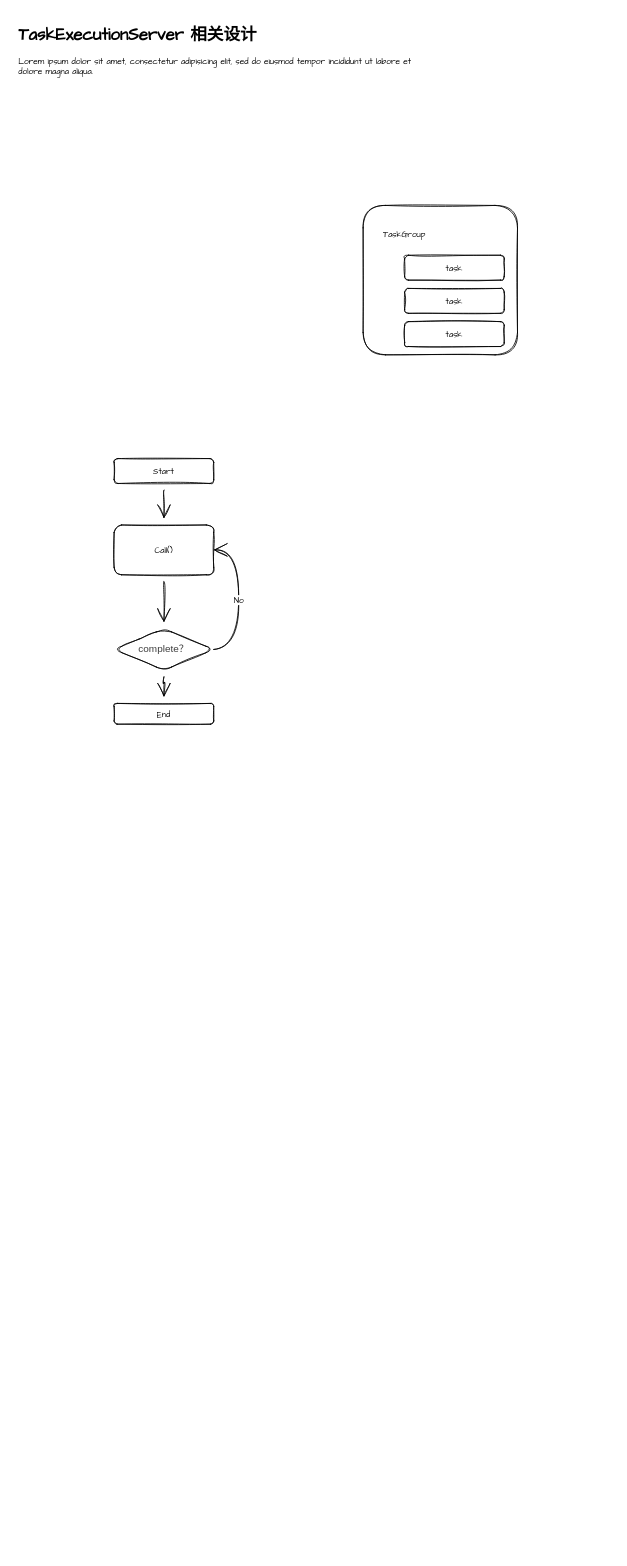
ic4y/diagrams keeps this draw.io diagram as 未命名绘图.drawio. Above is the earlier version. Source tidied: cells renumbered, new cells numbered last; positions are measured from the earlier drawing's top-left corner, leaving out a move shared by most shapes. Both pictures are drawn from the tidied source at 83%, with x=0, y=0 at pixel (14, 22).
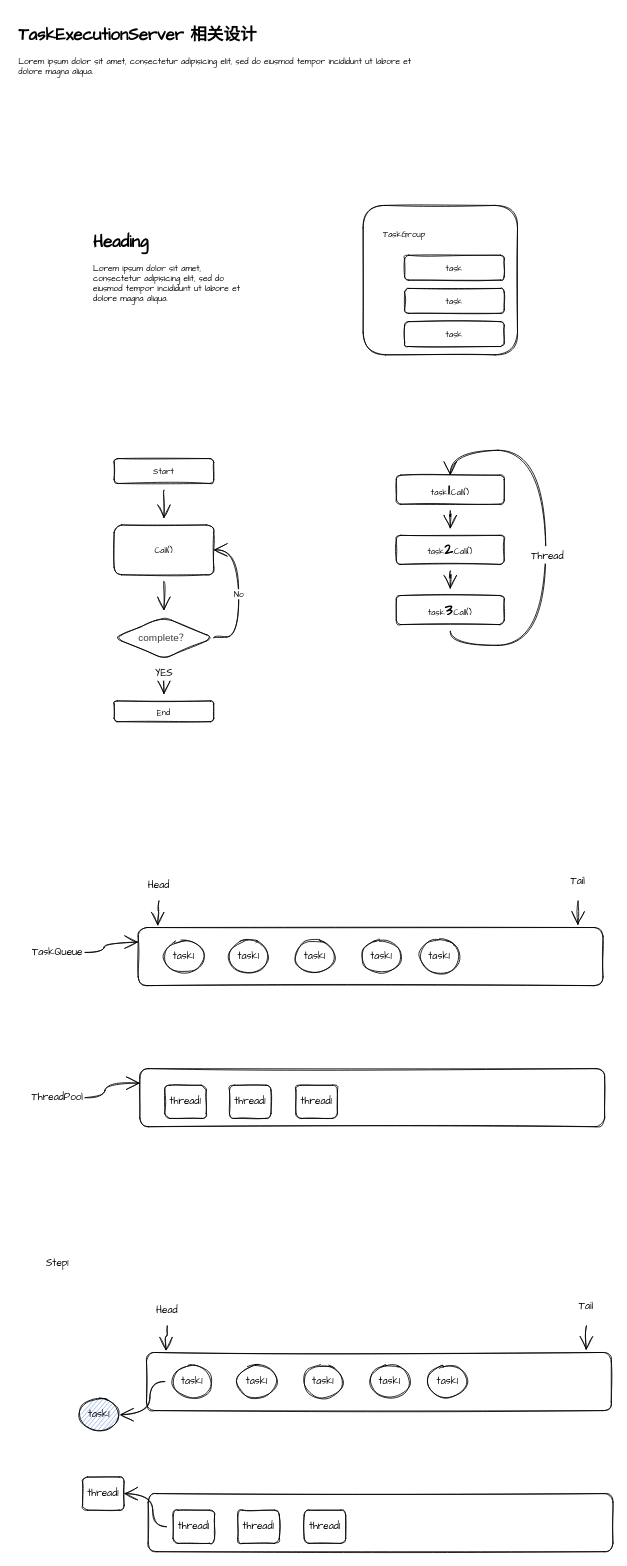
The same diagram, later.

Commit message:
更新未命名绘图.drawio

Unchanged cells that the change refers to:
```xml
<mxCell id="12" value="Call()" style="rounded=1;whiteSpace=wrap;html=1;fontSize=10;fontFamily=Architects Daughter;fillColor=none;sketch=1;hachureGap=4;" parent="1" vertex="1">
  <mxGeometry x="120" y="605" width="120" height="60" as="geometry" />
</mxCell>
<mxCell id="14" style="edgeStyle=orthogonalEdgeStyle;curved=1;rounded=0;sketch=1;hachureGap=4;jettySize=auto;html=1;fontFamily=Architects Daughter;fontSize=10;endArrow=open;startSize=14;endSize=14;sourcePerimeterSpacing=8;targetPerimeterSpacing=8;" parent="1" edge="1" source="15" target="16">
  <mxGeometry relative="1" as="geometry" />
</mxCell>
```

Diff of the diagram source:
```diff
@@
     <mxCell id="13" value="No" style="edgeStyle=orthogonalEdgeStyle;curved=1;rounded=0;sketch=1;hachureGap=4;jettySize=auto;html=1;entryX=1;entryY=0.5;entryDx=0;entryDy=0;fontFamily=Architects Daughter;fontSize=10;endArrow=open;startSize=14;endSize=14;sourcePerimeterSpacing=8;targetPerimeterSpacing=8;exitX=1;exitY=0.5;exitDx=0;exitDy=0;" parent="1" edge="1" source="15" target="12">
       <mxGeometry relative="1" as="geometry">
         <Array as="points">
-          <mxPoint x="270" y="755" />
+          <mxPoint x="270" y="740" />
           <mxPoint x="270" y="635" />
         </Array>
       </mxGeometry>
     </mxCell>
@@
+    <mxCell id="17" value="&lt;font style=&quot;font-size: 12px;&quot;&gt;YES&lt;/font&gt;" style="edgeLabel;html=1;align=center;verticalAlign=middle;fontSize=18;fontFamily=Architects Daughter;" parent="14" vertex="1">
+      <mxGeometry x="-0.61" y="-1" relative="1" as="geometry" />
+    </mxCell>
     <mxCell id="15" value="&lt;span style=&quot;caret-color: rgb(61, 61, 61); color: rgb(61, 61, 61); font-family: Arial, sans-serif; font-size: 12px; text-align: start; text-size-adjust: auto;&quot;&gt;complete？&lt;/span&gt;" style="rhombus;whiteSpace=wrap;html=1;fontSize=10;fontFamily=Architects Daughter;fillColor=none;rounded=1;sketch=1;hachureGap=4;" parent="1" vertex="1">
-      <mxGeometry x="120" y="730" width="120" height="50" as="geometry" />
+      <mxGeometry x="120" y="716" width="120" height="50" as="geometry" />
     </mxCell>
     <mxCell id="16" value="End" style="whiteSpace=wrap;html=1;fontSize=10;fontFamily=Architects Daughter;fillColor=none;rounded=1;sketch=1;hachureGap=4;" parent="1" vertex="1">
-      <mxGeometry x="120" y="820" width="120" height="25" as="geometry" />
+      <mxGeometry x="120" y="817" width="120" height="25" as="geometry" />
     </mxCell>
+    <mxCell id="18" value="&lt;h1&gt;Heading&lt;/h1&gt;&lt;p&gt;Lorem ipsum dolor sit amet, consectetur adipisicing elit, sed do eiusmod tempor incididunt ut labore et dolore magna aliqua.&lt;/p&gt;" style="text;html=1;strokeColor=none;fillColor=none;spacing=5;spacingTop=-20;whiteSpace=wrap;overflow=hidden;rounded=0;sketch=1;hachureGap=4;fontFamily=Architects Daughter;fontSize=10;" parent="1" vertex="1">
+      <mxGeometry x="90" y="250" width="190" height="120" as="geometry" />
+    </mxCell>
+    <mxCell id="19" style="edgeStyle=orthogonalEdgeStyle;curved=1;rounded=0;sketch=1;hachureGap=4;jettySize=auto;html=1;fontFamily=Architects Daughter;fontSize=18;endArrow=open;startSize=14;endSize=14;sourcePerimeterSpacing=8;targetPerimeterSpacing=8;" parent="1" edge="1" source="20" target="25">
+      <mxGeometry relative="1" as="geometry" />
+    </mxCell>
+    <mxCell id="20" value="task&lt;font style=&quot;font-size: 18px;&quot;&gt;&lt;b style=&quot;&quot;&gt;1&lt;/b&gt;&lt;/font&gt;.Call()" style="rounded=1;whiteSpace=wrap;html=1;sketch=1;hachureGap=4;fontFamily=Architects Daughter;fontSize=10;fillColor=none;" parent="1" vertex="1">
+      <mxGeometry x="460" y="545" width="130" height="35" as="geometry" />
+    </mxCell>
+    <mxCell id="21" style="edgeStyle=orthogonalEdgeStyle;curved=1;rounded=0;sketch=1;hachureGap=4;jettySize=auto;html=1;entryX=0.5;entryY=0;entryDx=0;entryDy=0;fontFamily=Architects Daughter;fontSize=18;endArrow=open;startSize=14;endSize=14;sourcePerimeterSpacing=8;targetPerimeterSpacing=8;" parent="1" edge="1" source="23" target="20">
+      <mxGeometry relative="1" as="geometry">
+        <Array as="points">
+          <mxPoint x="525" y="750" />
+          <mxPoint x="640" y="750" />
+          <mxPoint x="640" y="515" />
+          <mxPoint x="525" y="515" />
+        </Array>
+      </mxGeometry>
+    </mxCell>
+    <mxCell id="22" value="&lt;font style=&quot;font-size: 12px;&quot;&gt;Thread&lt;/font&gt;" style="edgeLabel;html=1;align=center;verticalAlign=middle;fontSize=18;fontFamily=Architects Daughter;" parent="21" vertex="1">
+      <mxGeometry x="-0.05" y="-1" relative="1" as="geometry">
+        <mxPoint y="1" as="offset" />
+      </mxGeometry>
+    </mxCell>
+    <mxCell id="23" value="task&lt;font style=&quot;font-size: 18px;&quot;&gt;&lt;b style=&quot;&quot;&gt;3&lt;/b&gt;&lt;/font&gt;.Call()" style="rounded=1;whiteSpace=wrap;html=1;sketch=1;hachureGap=4;fontFamily=Architects Daughter;fontSize=10;fillColor=none;" parent="1" vertex="1">
+      <mxGeometry x="460" y="690" width="130" height="35" as="geometry" />
+    </mxCell>
+    <mxCell id="24" style="edgeStyle=orthogonalEdgeStyle;curved=1;rounded=0;sketch=1;hachureGap=4;jettySize=auto;html=1;fontFamily=Architects Daughter;fontSize=18;endArrow=open;startSize=14;endSize=14;sourcePerimeterSpacing=8;targetPerimeterSpacing=8;" parent="1" edge="1" source="25" target="23">
+      <mxGeometry relative="1" as="geometry" />
+    </mxCell>
+    <mxCell id="25" value="task&lt;font style=&quot;font-size: 18px;&quot;&gt;&lt;b style=&quot;&quot;&gt;2&lt;/b&gt;&lt;/font&gt;.Call()" style="rounded=1;whiteSpace=wrap;html=1;sketch=1;hachureGap=4;fontFamily=Architects Daughter;fontSize=10;fillColor=none;" parent="1" vertex="1">
+      <mxGeometry x="460" y="617.5" width="130" height="35" as="geometry" />
+    </mxCell>
+    <mxCell id="26" style="rounded=1;whiteSpace=wrap;html=1;sketch=1;hachureGap=4;fontFamily=Architects Daughter;fontSize=12;fillColor=none;" parent="1" vertex="1">
+      <mxGeometry x="149" y="1090" width="560" height="70" as="geometry" />
+    </mxCell>
+    <mxCell id="27" value="task1" style="ellipse;whiteSpace=wrap;html=1;sketch=1;hachureGap=4;fontFamily=Architects Daughter;fontSize=12;fillColor=none;" parent="1" vertex="1">
+      <mxGeometry x="179" y="1105" width="50" height="40" as="geometry" />
+    </mxCell>
+    <mxCell id="28" value="task1" style="ellipse;whiteSpace=wrap;html=1;sketch=1;hachureGap=4;fontFamily=Architects Daughter;fontSize=12;fillColor=none;" parent="1" vertex="1">
+      <mxGeometry x="257" y="1105" width="50" height="40" as="geometry" />
+    </mxCell>
+    <mxCell id="29" value="task1" style="ellipse;whiteSpace=wrap;html=1;sketch=1;hachureGap=4;fontFamily=Architects Daughter;fontSize=12;fillColor=none;" parent="1" vertex="1">
+      <mxGeometry x="337" y="1105" width="50" height="40" as="geometry" />
+    </mxCell>
+    <mxCell id="30" value="task1" style="ellipse;whiteSpace=wrap;html=1;sketch=1;hachureGap=4;fontFamily=Architects Daughter;fontSize=12;fillColor=none;" parent="1" vertex="1">
+      <mxGeometry x="417" y="1105" width="50" height="40" as="geometry" />
+    </mxCell>
+    <mxCell id="31" style="rounded=1;whiteSpace=wrap;html=1;sketch=1;hachureGap=4;fontFamily=Architects Daughter;fontSize=12;fillColor=none;" parent="1" vertex="1">
+      <mxGeometry x="151" y="1260" width="560" height="70" as="geometry" />
+    </mxCell>
+    <mxCell id="32" style="edgeStyle=orthogonalEdgeStyle;curved=1;rounded=0;sketch=1;hachureGap=4;jettySize=auto;html=1;entryX=0;entryY=0.25;entryDx=0;entryDy=0;fontFamily=Architects Daughter;fontSize=12;endArrow=open;startSize=14;endSize=14;sourcePerimeterSpacing=8;targetPerimeterSpacing=8;" parent="1" edge="1" source="33" target="26">
+      <mxGeometry relative="1" as="geometry" />
+    </mxCell>
+    <mxCell id="33" value="TaskQueue" style="text;html=1;strokeColor=none;fillColor=none;align=center;verticalAlign=middle;whiteSpace=wrap;rounded=0;sketch=1;hachureGap=4;fontFamily=Architects Daughter;fontSize=12;" parent="1" vertex="1">
+      <mxGeometry x="27" y="1105" width="50" height="30" as="geometry" />
+    </mxCell>
+    <mxCell id="34" style="edgeStyle=orthogonalEdgeStyle;curved=1;rounded=0;sketch=1;hachureGap=4;jettySize=auto;html=1;entryX=0.042;entryY=-0.031;entryDx=0;entryDy=0;entryPerimeter=0;fontFamily=Architects Daughter;fontSize=12;endArrow=open;startSize=14;endSize=14;sourcePerimeterSpacing=8;targetPerimeterSpacing=8;" parent="1" edge="1" source="35" target="26">
+      <mxGeometry relative="1" as="geometry" />
+    </mxCell>
+    <mxCell id="35" value="Head" style="text;html=1;strokeColor=none;fillColor=none;align=center;verticalAlign=middle;whiteSpace=wrap;rounded=0;sketch=1;hachureGap=4;fontFamily=Architects Daughter;fontSize=12;" parent="1" vertex="1">
+      <mxGeometry x="149" y="1030" width="50" height="20" as="geometry" />
+    </mxCell>
+    <mxCell id="36" style="edgeStyle=orthogonalEdgeStyle;curved=1;rounded=0;sketch=1;hachureGap=4;jettySize=auto;html=1;fontFamily=Architects Daughter;fontSize=12;endArrow=open;startSize=14;endSize=14;sourcePerimeterSpacing=8;targetPerimeterSpacing=8;entryX=0.946;entryY=-0.043;entryDx=0;entryDy=0;entryPerimeter=0;" parent="1" edge="1" source="37" target="26">
+      <mxGeometry relative="1" as="geometry" />
+    </mxCell>
+    <mxCell id="37" value="Tail" style="text;html=1;strokeColor=none;fillColor=none;align=center;verticalAlign=middle;whiteSpace=wrap;rounded=0;sketch=1;hachureGap=4;fontFamily=Architects Daughter;fontSize=12;" parent="1" vertex="1">
+      <mxGeometry x="649" y="1020" width="60" height="30" as="geometry" />
+    </mxCell>
+    <mxCell id="38" value="thread1" style="rounded=1;whiteSpace=wrap;html=1;sketch=1;hachureGap=4;fontFamily=Architects Daughter;fontSize=12;fillColor=none;" parent="1" vertex="1">
+      <mxGeometry x="181" y="1280" width="50" height="40" as="geometry" />
+    </mxCell>
+    <mxCell id="39" value="thread1" style="rounded=1;whiteSpace=wrap;html=1;sketch=1;hachureGap=4;fontFamily=Architects Daughter;fontSize=12;fillColor=none;" parent="1" vertex="1">
+      <mxGeometry x="259" y="1280" width="50" height="40" as="geometry" />
+    </mxCell>
+    <mxCell id="40" value="thread1" style="rounded=1;whiteSpace=wrap;html=1;sketch=1;hachureGap=4;fontFamily=Architects Daughter;fontSize=12;fillColor=none;" parent="1" vertex="1">
+      <mxGeometry x="339" y="1280" width="50" height="40" as="geometry" />
+    </mxCell>
+    <mxCell id="41" value="task1" style="ellipse;whiteSpace=wrap;html=1;sketch=1;hachureGap=4;fontFamily=Architects Daughter;fontSize=12;fillColor=none;" parent="1" vertex="1">
+      <mxGeometry x="487" y="1105" width="50" height="40" as="geometry" />
+    </mxCell>
+    <mxCell id="42" style="edgeStyle=orthogonalEdgeStyle;curved=1;rounded=0;sketch=1;hachureGap=4;jettySize=auto;html=1;entryX=0;entryY=0.25;entryDx=0;entryDy=0;fontFamily=Architects Daughter;fontSize=12;endArrow=open;startSize=14;endSize=14;sourcePerimeterSpacing=8;targetPerimeterSpacing=8;" parent="1" edge="1" source="43" target="31">
+      <mxGeometry relative="1" as="geometry" />
+    </mxCell>
+    <mxCell id="43" value="ThreadPool" style="text;html=1;strokeColor=none;fillColor=none;align=center;verticalAlign=middle;whiteSpace=wrap;rounded=0;sketch=1;hachureGap=4;fontFamily=Architects Daughter;fontSize=12;" parent="1" vertex="1">
+      <mxGeometry x="27" y="1280" width="50" height="30" as="geometry" />
+    </mxCell>
+    <mxCell id="44" value="Step1" style="text;html=1;strokeColor=none;fillColor=none;align=center;verticalAlign=middle;whiteSpace=wrap;rounded=0;sketch=1;hachureGap=4;fontFamily=Architects Daughter;fontSize=12;" parent="1" vertex="1">
+      <mxGeometry x="22" y="1480" width="60" height="30" as="geometry" />
+    </mxCell>
+    <mxCell id="45" style="rounded=1;whiteSpace=wrap;html=1;sketch=1;hachureGap=4;fontFamily=Architects Daughter;fontSize=12;fillColor=none;" parent="1" vertex="1">
+      <mxGeometry x="159" y="1602" width="560" height="70" as="geometry" />
+    </mxCell>
+    <mxCell id="46" style="edgeStyle=orthogonalEdgeStyle;curved=1;rounded=0;sketch=1;hachureGap=4;jettySize=auto;html=1;entryX=1;entryY=0.5;entryDx=0;entryDy=0;fontFamily=Architects Daughter;fontSize=12;endArrow=open;startSize=14;endSize=14;sourcePerimeterSpacing=8;targetPerimeterSpacing=8;" parent="1" edge="1" source="47" target="62">
+      <mxGeometry relative="1" as="geometry" />
+    </mxCell>
+    <mxCell id="47" value="task1" style="ellipse;whiteSpace=wrap;html=1;sketch=1;hachureGap=4;fontFamily=Architects Daughter;fontSize=12;fillColor=none;" parent="1" vertex="1">
+      <mxGeometry x="189" y="1617" width="50" height="40" as="geometry" />
+    </mxCell>
+    <mxCell id="48" value="task1" style="ellipse;whiteSpace=wrap;html=1;sketch=1;hachureGap=4;fontFamily=Architects Daughter;fontSize=12;fillColor=none;" parent="1" vertex="1">
+      <mxGeometry x="267" y="1617" width="50" height="40" as="geometry" />
+    </mxCell>
+    <mxCell id="49" value="task1" style="ellipse;whiteSpace=wrap;html=1;sketch=1;hachureGap=4;fontFamily=Architects Daughter;fontSize=12;fillColor=none;" parent="1" vertex="1">
+      <mxGeometry x="347" y="1617" width="50" height="40" as="geometry" />
+    </mxCell>
+    <mxCell id="50" value="task1" style="ellipse;whiteSpace=wrap;html=1;sketch=1;hachureGap=4;fontFamily=Architects Daughter;fontSize=12;fillColor=none;" parent="1" vertex="1">
+      <mxGeometry x="427" y="1617" width="50" height="40" as="geometry" />
+    </mxCell>
+    <mxCell id="51" style="rounded=1;whiteSpace=wrap;html=1;sketch=1;hachureGap=4;fontFamily=Architects Daughter;fontSize=12;fillColor=none;" parent="1" vertex="1">
+      <mxGeometry x="161" y="1772" width="560" height="70" as="geometry" />
+    </mxCell>
+    <mxCell id="52" style="edgeStyle=orthogonalEdgeStyle;curved=1;rounded=0;sketch=1;hachureGap=4;jettySize=auto;html=1;entryX=0.042;entryY=-0.031;entryDx=0;entryDy=0;entryPerimeter=0;fontFamily=Architects Daughter;fontSize=12;endArrow=open;startSize=14;endSize=14;sourcePerimeterSpacing=8;targetPerimeterSpacing=8;" parent="1" edge="1" source="53" target="45">
+      <mxGeometry relative="1" as="geometry" />
+    </mxCell>
+    <mxCell id="53" value="Head" style="text;html=1;strokeColor=none;fillColor=none;align=center;verticalAlign=middle;whiteSpace=wrap;rounded=0;sketch=1;hachureGap=4;fontFamily=Architects Daughter;fontSize=12;" parent="1" vertex="1">
+      <mxGeometry x="159" y="1542" width="50" height="20" as="geometry" />
+    </mxCell>
+    <mxCell id="54" style="edgeStyle=orthogonalEdgeStyle;curved=1;rounded=0;sketch=1;hachureGap=4;jettySize=auto;html=1;fontFamily=Architects Daughter;fontSize=12;endArrow=open;startSize=14;endSize=14;sourcePerimeterSpacing=8;targetPerimeterSpacing=8;entryX=0.946;entryY=-0.043;entryDx=0;entryDy=0;entryPerimeter=0;" parent="1" edge="1" source="55" target="45">
+      <mxGeometry relative="1" as="geometry" />
+    </mxCell>
+    <mxCell id="55" value="Tail" style="text;html=1;strokeColor=none;fillColor=none;align=center;verticalAlign=middle;whiteSpace=wrap;rounded=0;sketch=1;hachureGap=4;fontFamily=Architects Daughter;fontSize=12;" parent="1" vertex="1">
+      <mxGeometry x="659" y="1532" width="60" height="30" as="geometry" />
+    </mxCell>
+    <mxCell id="56" style="edgeStyle=orthogonalEdgeStyle;curved=1;rounded=0;sketch=1;hachureGap=4;jettySize=auto;html=1;entryX=1;entryY=0.5;entryDx=0;entryDy=0;fontFamily=Architects Daughter;fontSize=12;endArrow=open;startSize=14;endSize=14;sourcePerimeterSpacing=8;targetPerimeterSpacing=8;" parent="1" edge="1" source="57" target="61">
+      <mxGeometry relative="1" as="geometry" />
+    </mxCell>
+    <mxCell id="57" value="thread1" style="rounded=1;whiteSpace=wrap;html=1;sketch=1;hachureGap=4;fontFamily=Architects Daughter;fontSize=12;fillColor=none;" parent="1" vertex="1">
+      <mxGeometry x="191" y="1792" width="50" height="40" as="geometry" />
+    </mxCell>
+    <mxCell id="58" value="thread1" style="rounded=1;whiteSpace=wrap;html=1;sketch=1;hachureGap=4;fontFamily=Architects Daughter;fontSize=12;fillColor=none;" parent="1" vertex="1">
+      <mxGeometry x="269" y="1792" width="50" height="40" as="geometry" />
+    </mxCell>
+    <mxCell id="59" value="thread1" style="rounded=1;whiteSpace=wrap;html=1;sketch=1;hachureGap=4;fontFamily=Architects Daughter;fontSize=12;fillColor=none;" parent="1" vertex="1">
+      <mxGeometry x="349" y="1792" width="50" height="40" as="geometry" />
+    </mxCell>
+    <mxCell id="60" value="task1" style="ellipse;whiteSpace=wrap;html=1;sketch=1;hachureGap=4;fontFamily=Architects Daughter;fontSize=12;fillColor=none;" parent="1" vertex="1">
+      <mxGeometry x="497" y="1617" width="50" height="40" as="geometry" />
+    </mxCell>
+    <mxCell id="61" value="thread1" style="rounded=1;whiteSpace=wrap;html=1;sketch=1;hachureGap=4;fontFamily=Architects Daughter;fontSize=12;fillColor=none;" parent="1" vertex="1">
+      <mxGeometry x="82" y="1752" width="50" height="40" as="geometry" />
+    </mxCell>
+    <mxCell id="62" value="task1" style="ellipse;whiteSpace=wrap;html=1;sketch=1;hachureGap=4;fontFamily=Architects Daughter;fontSize=12;fillColor=#7EA6E0;" parent="1" vertex="1">
+      <mxGeometry x="77" y="1657" width="50" height="40" as="geometry" />
+    </mxCell>
```
